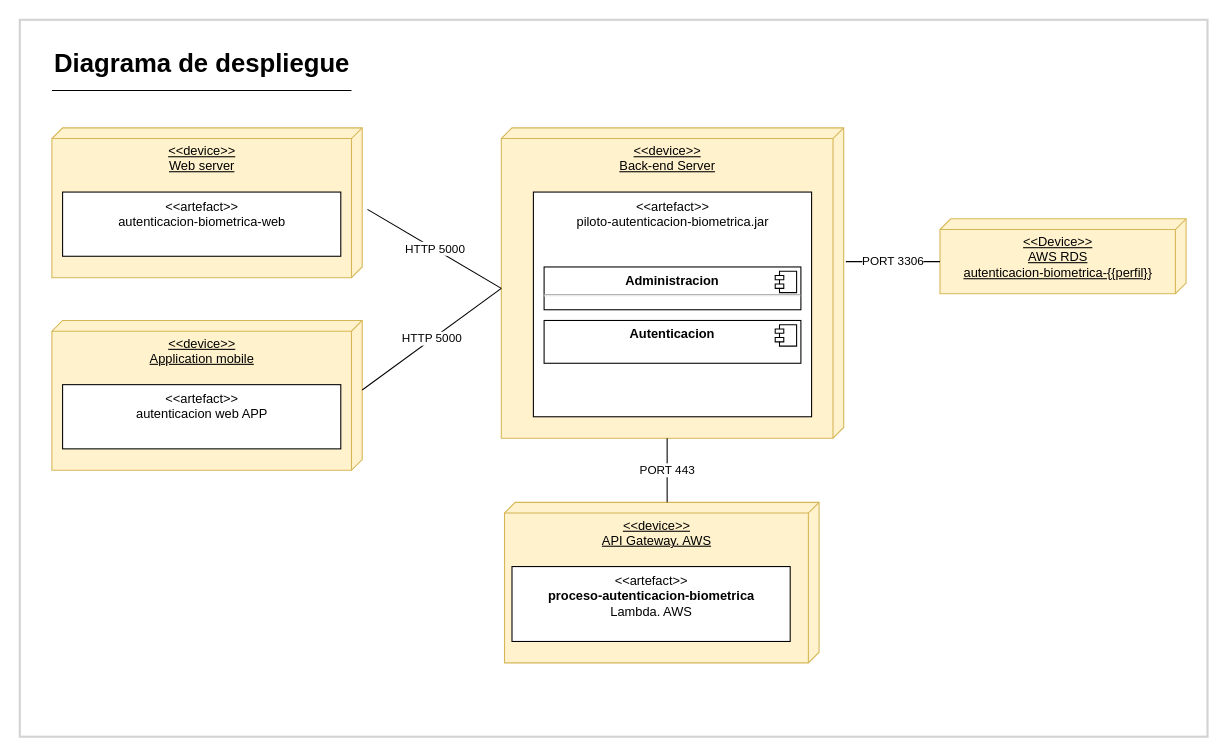
This is autenticacionBiometrica-diagramaDespliegue.drawio from ca-milin15/proy_grado_2021_doc, a draw.io file, before an edit. Source tidied: cells renumbered, new cells numbered last; positions are measured from the earlier drawing's top-left corner, leaving out a move shared by most shapes. Both pictures are drawn from the tidied source at 107%, with x=0, y=0 at pixel (19, 19).
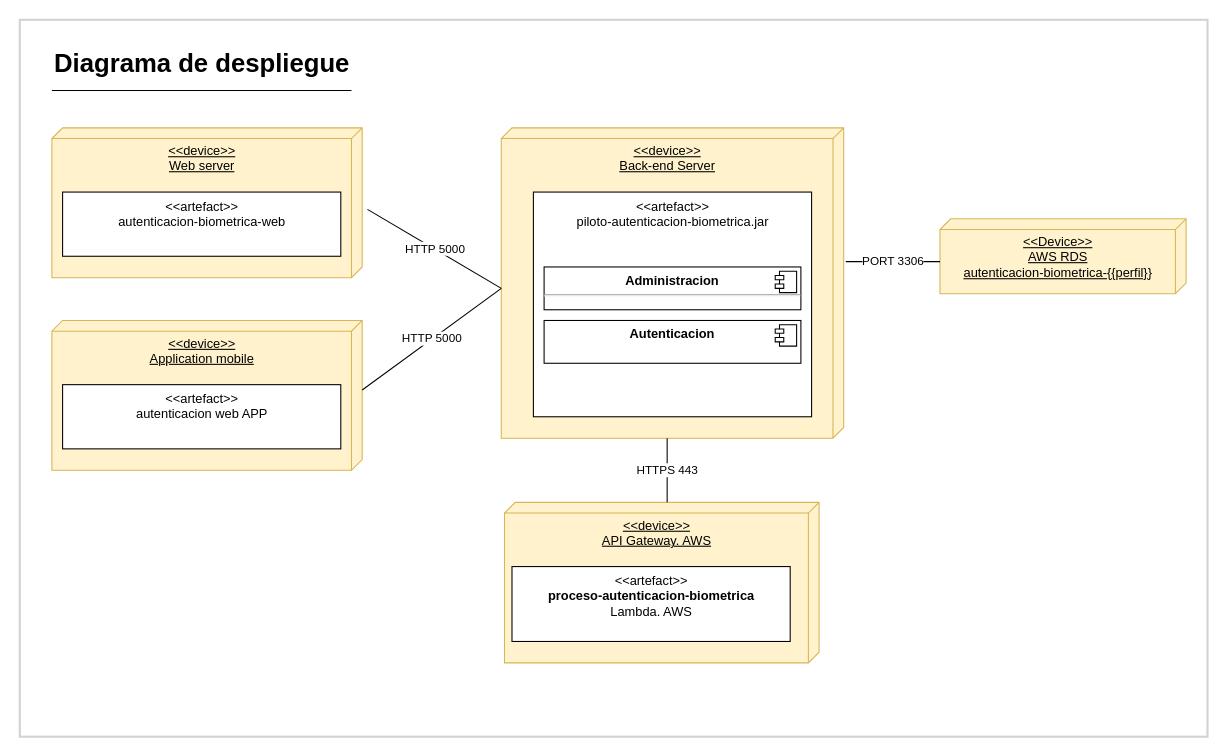
The same page after the edit.

Unchanged cells that the change refers to:
```xml
<mxCell id="5" value="&amp;lt;&amp;lt;device&amp;gt;&amp;gt;&lt;br&gt;Back-end Server" style="verticalAlign=top;align=center;spacingTop=8;spacingLeft=2;spacingRight=12;shape=cube;size=10;direction=south;fontStyle=4;html=1;fillColor=#fff2cc;strokeColor=#d6b656;" parent="1" vertex="1">
  <mxGeometry x="450" y="101" width="320" height="290" as="geometry" />
</mxCell>
<mxCell id="13" value="&amp;lt;&amp;lt;device&amp;gt;&amp;gt;&lt;br&gt;&lt;span style=&quot;&quot;&gt;API Gateway. AWS&lt;/span&gt;" style="verticalAlign=top;align=center;spacingTop=8;spacingLeft=2;spacingRight=12;shape=cube;size=10;direction=south;fontStyle=4;html=1;fillColor=#fff2cc;strokeColor=#d6b656;" parent="1" vertex="1">
  <mxGeometry x="453" y="451" width="294" height="150" as="geometry" />
</mxCell>
```

Change to the diagram source:
```diff
@@
-    <mxCell id="15" value="PORT 443" style="endArrow=none;html=1;entryX=0;entryY=0;entryDx=0;entryDy=142;entryPerimeter=0;exitX=0;exitY=0;exitDx=290;exitDy=165;exitPerimeter=0;" parent="1" edge="1" source="5" target="13">
+    <mxCell id="15" value="HTTPS 443" style="endArrow=none;html=1;entryX=0;entryY=0;entryDx=0;entryDy=142;entryPerimeter=0;exitX=0;exitY=0;exitDx=290;exitDy=165;exitPerimeter=0;" parent="1" edge="1" source="5" target="13">
       <mxGeometry relative="1" as="geometry" />
     </mxCell>
```
